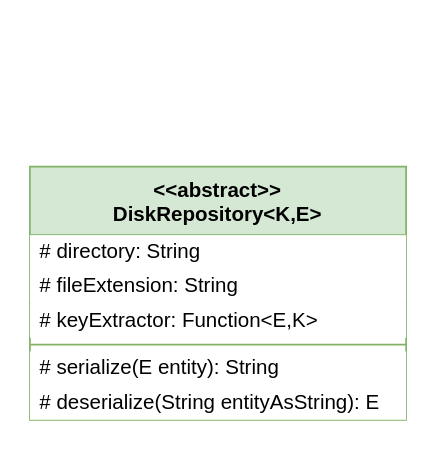
This is page "DiskRepository" (5 of 15) of docs/Diagrams.drawio from BrunoMNDantas/Repository4J, a draw.io file, before an edit. Source tidied: cells renumbered, new cells numbered last; positions are measured from the earlier drawing's top-left corner, leaving out a move shared by most shapes. Both pictures are drawn from the tidied source at 171%, with x=0, y=0 at pixel (29, 166).
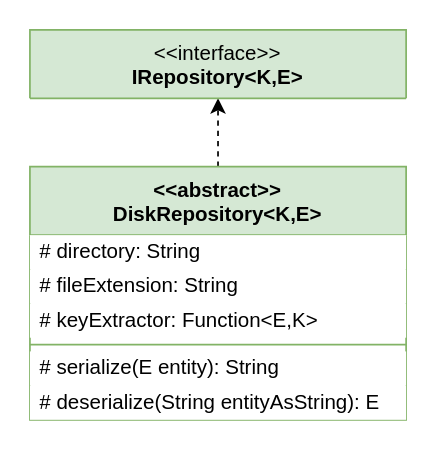
After the change.

The edit, as a diff of the source:
```diff
@@
 <mxGraphModel>
   <root>
     <mxCell id="0" />
     <mxCell id="1" parent="0" />
+    <mxCell id="9" style="edgeStyle=orthogonalEdgeStyle;rounded=0;jettySize=auto;html=1;entryX=0.5;entryY=1;entryDx=0;entryDy=0;dashed=1;" parent="1" edge="1" source="2" target="10">
+      <mxGeometry relative="1" as="geometry" />
+    </mxCell>
     <mxCell id="2" value="&lt;div&gt;&lt;b&gt;&amp;lt;&amp;lt;abstract&amp;gt;&amp;gt;&lt;/b&gt;&lt;/div&gt;&lt;b&gt;DiskRepository&amp;lt;K,E&amp;gt;&lt;/b&gt;" style="swimlane;fontStyle=0;align=center;verticalAlign=top;horizontal=1;startSize=40;html=1;whiteSpace=wrap;fillColor=#d5e8d4;strokeColor=#82b366;" parent="1" vertex="1">
       <mxGeometry width="220" height="148" as="geometry" />
     </mxCell>
     <mxCell id="3" value="# directory: String" style="text;html=1;align=left;verticalAlign=middle;spacingLeft=4;spacingRight=4;overflow=hidden;whiteSpace=wrap;fillColor=default;" parent="2" vertex="1">
       <mxGeometry y="40" width="220" height="20" as="geometry" />
     </mxCell>
     <mxCell id="4" value="# fileExtension: String" style="text;html=1;align=left;verticalAlign=middle;spacingLeft=4;spacingRight=4;overflow=hidden;whiteSpace=wrap;fillColor=default;" parent="2" vertex="1">
       <mxGeometry y="60" width="220" height="20" as="geometry" />
     </mxCell>
     <mxCell id="5" value="# keyExtractor: Function&amp;lt;E,K&amp;gt;" style="text;html=1;align=left;verticalAlign=middle;spacingLeft=4;spacingRight=4;overflow=hidden;whiteSpace=wrap;fillColor=default;" parent="2" vertex="1">
       <mxGeometry y="80" width="220" height="20" as="geometry" />
     </mxCell>
     <mxCell id="6" style="line;strokeWidth=1;fillColor=none;align=left;verticalAlign=middle;spacingTop=-1;spacingLeft=3;spacingRight=3;labelPosition=right;strokeColor=inherit;" parent="2" vertex="1">
       <mxGeometry y="100" width="220" height="8" as="geometry" />
     </mxCell>
     <mxCell id="7" value="# serialize(E entity): String" style="text;html=1;align=left;verticalAlign=middle;spacingLeft=4;spacingRight=4;overflow=hidden;whiteSpace=wrap;fillColor=default;" parent="2" vertex="1">
       <mxGeometry y="108" width="220" height="20" as="geometry" />
     </mxCell>
     <mxCell id="8" value="# deserialize(String entityAsString): E" style="text;html=1;align=left;verticalAlign=middle;spacingLeft=4;spacingRight=4;overflow=hidden;whiteSpace=wrap;fillColor=default;" parent="2" vertex="1">
       <mxGeometry y="128" width="220" height="20" as="geometry" />
     </mxCell>
+    <mxCell id="10" value="&amp;lt;&amp;lt;interface&amp;gt;&amp;gt;&lt;br&gt;&lt;b&gt;IRepository&amp;lt;K,E&amp;gt;&lt;/b&gt;" style="swimlane;fontStyle=0;align=center;verticalAlign=top;horizontal=1;startSize=40;html=1;whiteSpace=wrap;fillColor=#d5e8d4;strokeColor=#82b366;" parent="1" vertex="1">
+      <mxGeometry y="-80" width="220" height="40" as="geometry" />
+    </mxCell>
   </root>
 </mxGraphModel>
```
